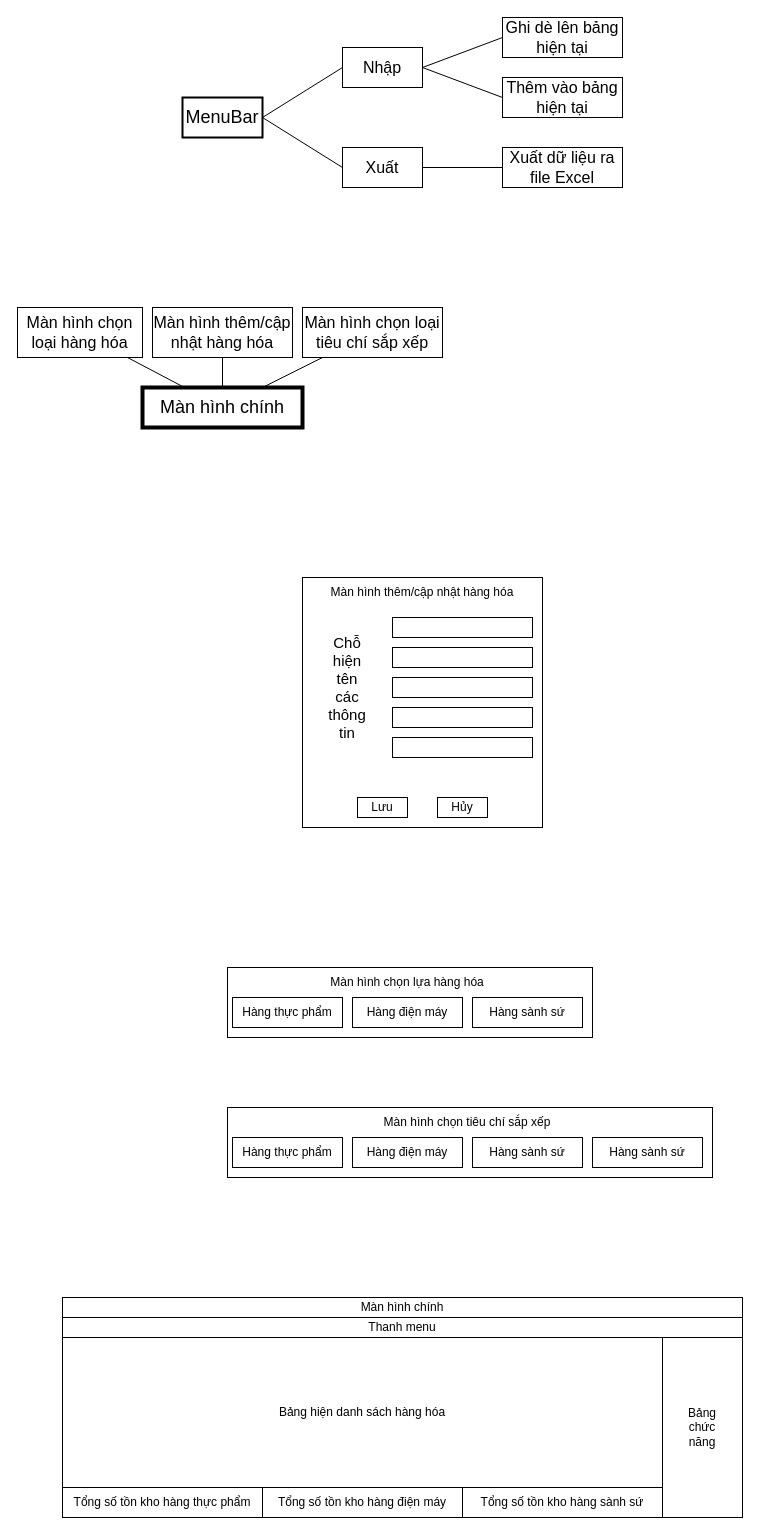
thuangg0123/MYCTKPM keeps this draw.io diagram as page "GUI" (10 of 10) of Detai_SoDo/Diagram_DP.drawio. Above is the earlier version. Source tidied: cells renumbered, new cells numbered last; positions are measured from the earlier drawing's top-left corner, leaving out a move shared by most shapes. Both pictures are drawn from the tidied source at 100%, with x=0, y=0 at pixel (17, 17).
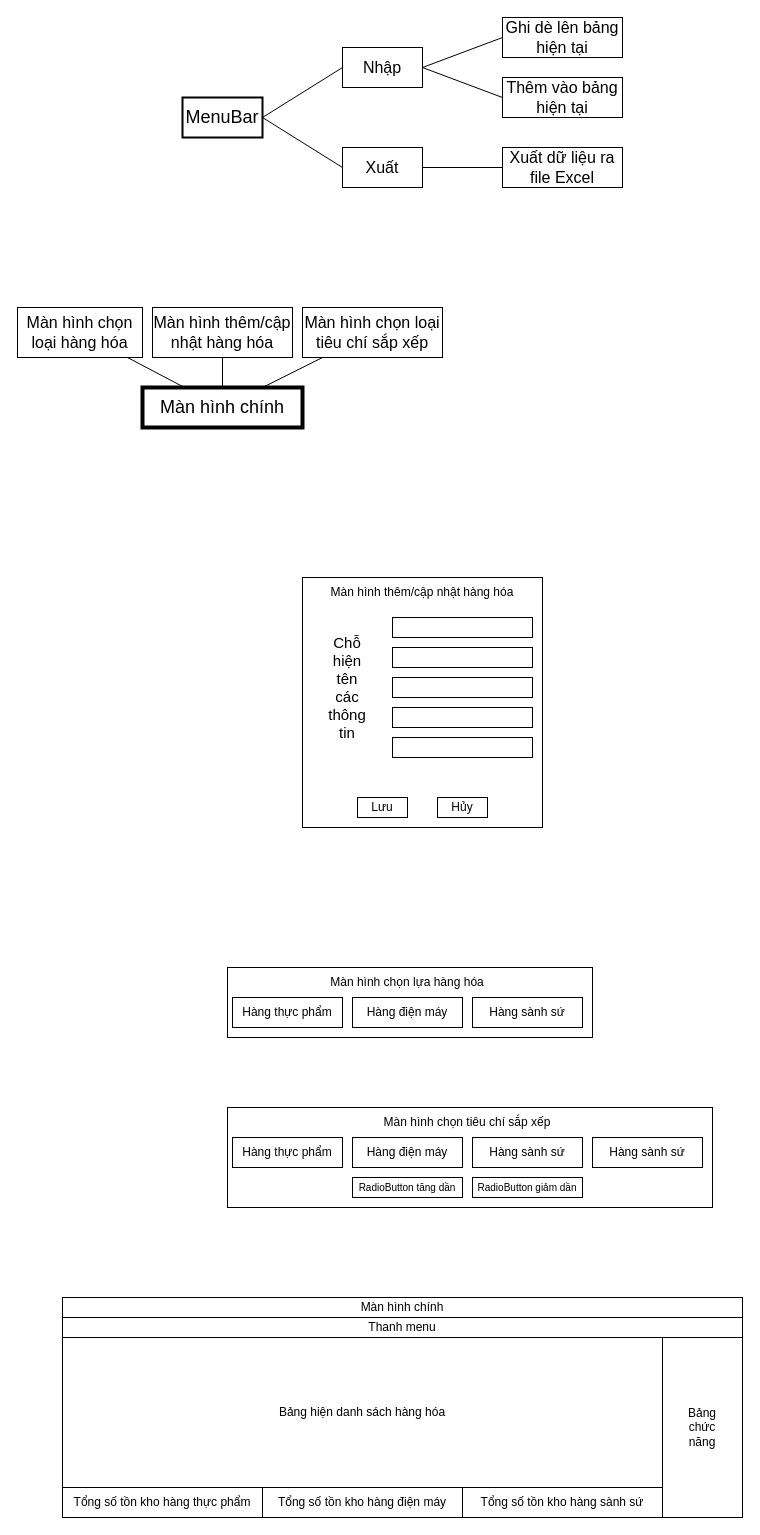
The same diagram, later.

Change to the diagram source:
```diff
@@
     <mxCell id="35" style="rounded=0;whiteSpace=wrap;html=1;" parent="1" vertex="1">
-      <mxGeometry x="210" y="1090" width="485" height="70" as="geometry" />
+      <mxGeometry x="210" y="1090" width="485" height="100" as="geometry" />
     </mxCell>
@@
+    <mxCell id="49" value="&lt;font style=&quot;font-size: 10px;&quot;&gt;RadioButton tăng dần&lt;/font&gt;" style="rounded=0;whiteSpace=wrap;html=1;" parent="1" vertex="1">
+      <mxGeometry x="335" y="1160" width="110" height="20" as="geometry" />
+    </mxCell>
+    <mxCell id="50" value="&lt;font style=&quot;font-size: 10px;&quot;&gt;RadioButton giảm dần&lt;/font&gt;" style="rounded=0;whiteSpace=wrap;html=1;" parent="1" vertex="1">
+      <mxGeometry x="455" y="1160" width="110" height="20" as="geometry" />
+    </mxCell>
```
